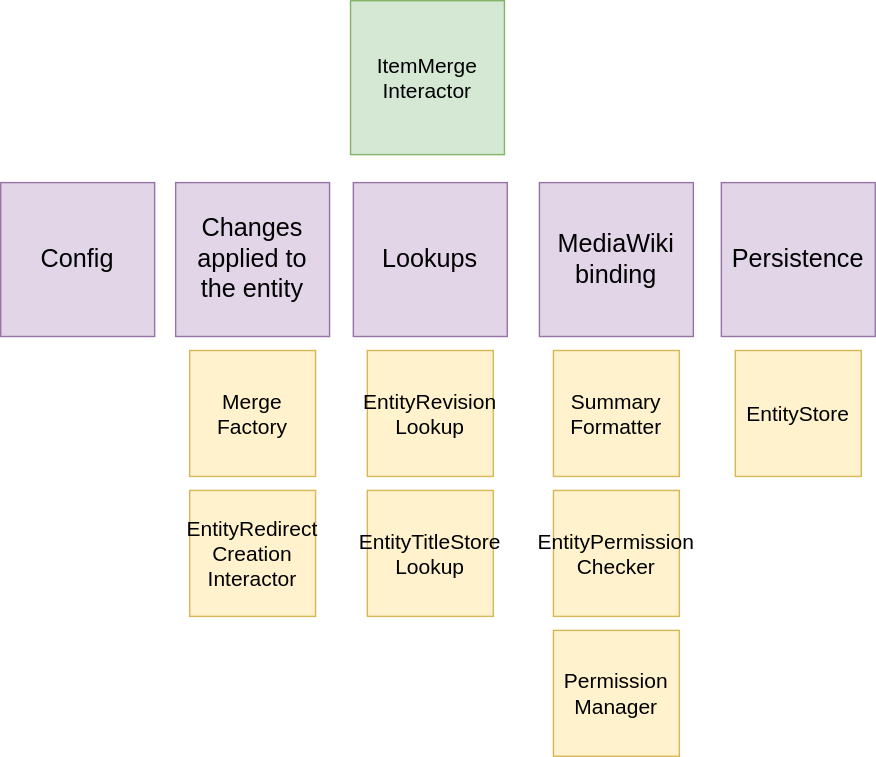
This is systems/WikibaseRepo/diagrams/05-interactor-itemmerge.drawio.svg from wmde/wikidata-wikibase-architecture, a draw.io export, as it was before one commit. Source tidied: cells renumbered, new cells last; positions are measured from the earlier drawing's top-left corner, leaving out a move shared by most shapes.
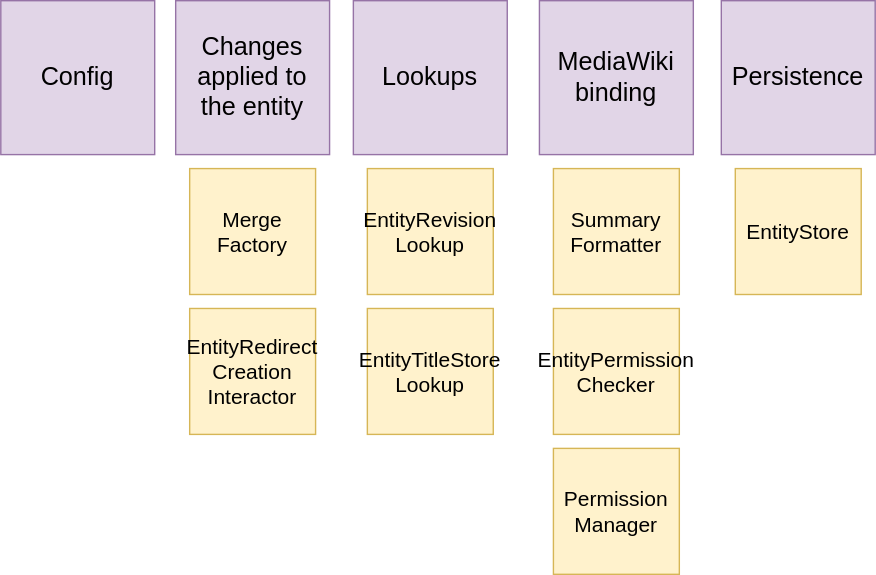
The same file after the commit.

What changed in the source:
```diff
@@ -2,9 +2,6 @@
   <root>
     <mxCell id="0" />
     <mxCell id="1" parent="0" />
-    <mxCell id="2" value="ItemMerge&lt;br&gt;Interactor" style="whiteSpace=wrap;html=1;fillColor=#d5e8d4;strokeColor=#82b366;fontSize=15;fontStyle=0;" parent="1" vertex="1">
-      <mxGeometry x="250" width="110" height="110" as="geometry" />
-    </mxCell>
     <mxCell id="3" value="&lt;div style=&quot;font-size: 15px&quot;&gt;Merge&lt;/div&gt;&lt;div style=&quot;font-size: 15px&quot;&gt;Factory&lt;/div&gt;" style="whiteSpace=wrap;html=1;fillColor=#fff2cc;strokeColor=#d6b656;fontSize=15;fontStyle=0;" parent="1" vertex="1">
       <mxGeometry x="135" y="250" width="90" height="90" as="geometry" />
     </mxCell>
```
